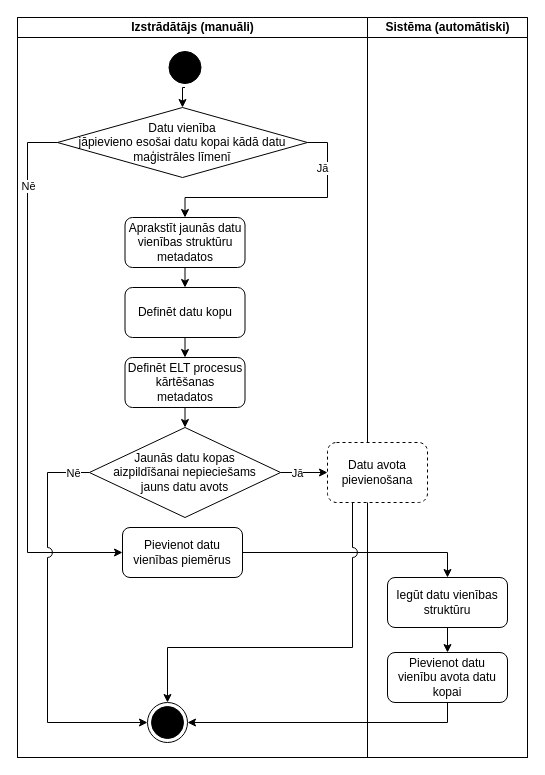
Before: page "di_addition" (4 of 6) of schema/scenario/dsource_deletion.drawio in lllauma/heterogeneous-data-integration, a draw.io diagram. Source tidied: cells renumbered, new cells numbered last; positions are measured from the earlier drawing's top-left corner, leaving out a move shared by most shapes. Both pictures are drawn from the tidied source at 100%, with x=0, y=0 at pixel (17, 17).
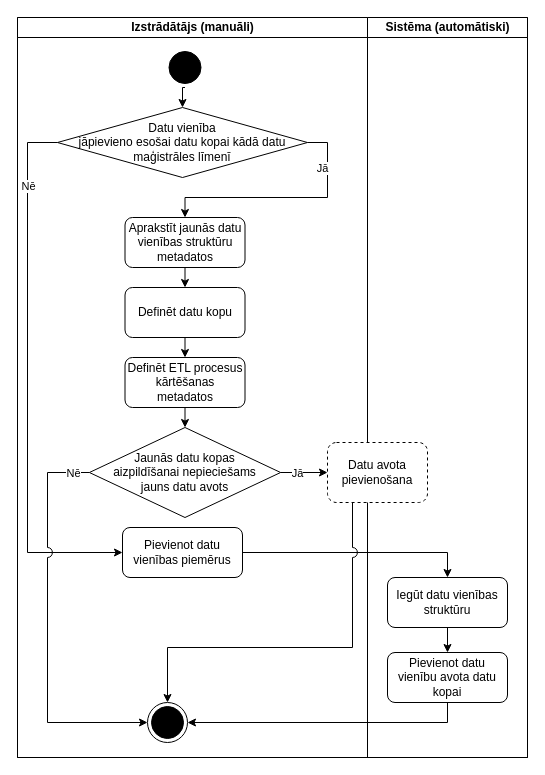
The same page after the edit.

The change refers to these unchanged cells:
```xml
<mxCell id="4" value="Izstrādātājs (manuāli)" style="swimlane;html=1;startSize=20;" parent="2" vertex="1">
  <mxGeometry width="350" height="740" as="geometry" />
</mxCell>
```

What changed in the source:
```diff
@@
-    <mxCell id="20" value="Definēt ELT procesus kārtēšanas metadatos" style="rounded=1;whiteSpace=wrap;html=1;strokeColor=#000000;" parent="4" vertex="1">
+    <mxCell id="20" value="Definēt ETL procesus kārtēšanas metadatos" style="rounded=1;whiteSpace=wrap;html=1;strokeColor=#000000;" parent="4" vertex="1">
       <mxGeometry x="107.5" y="340" width="120" height="50" as="geometry" />
     </mxCell>
```
